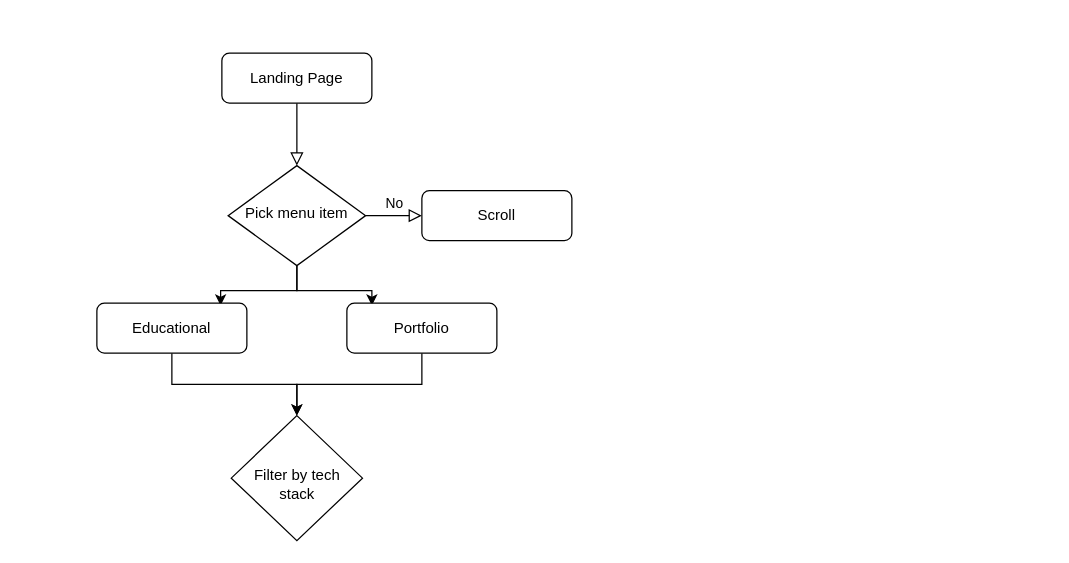
Before: my-website-userflow.drawio in Lauro235/Lauro235, a draw.io diagram. Source tidied: cells renumbered, new cells numbered last; positions are measured from the earlier drawing's top-left corner, leaving out a move shared by most shapes. Both pictures are drawn from the tidied source at 125%, with x=0, y=0 at pixel (96, 52).
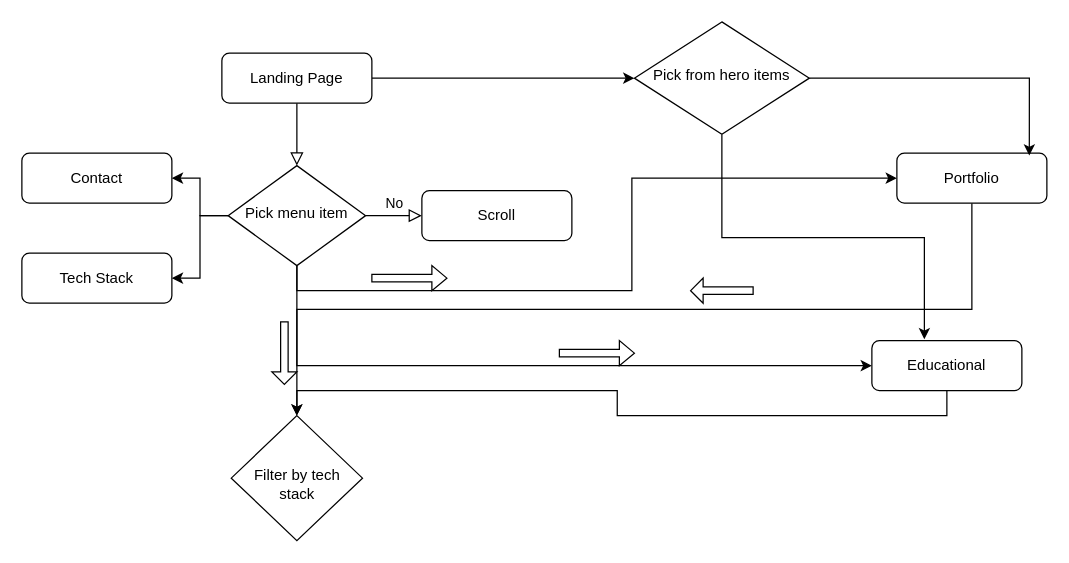
The same page after the edit.

The change refers to these unchanged cells:
```xml
<mxCell id="3" value="Landing Page" style="rounded=1;whiteSpace=wrap;html=1;fontSize=12;glass=0;strokeWidth=1;shadow=0;" parent="1" vertex="1">
  <mxGeometry x="100" width="120" height="40" as="geometry" />
</mxCell>
<mxCell id="7" value="Pick menu item" style="rhombus;whiteSpace=wrap;html=1;shadow=0;fontFamily=Helvetica;fontSize=12;align=center;strokeWidth=1;spacing=6;spacingTop=-4;" parent="1" vertex="1">
  <mxGeometry x="105" y="90" width="110" height="80" as="geometry" />
</mxCell>
```

The edit, as a diff of the source:
```diff
@@
+    <mxCell id="14" style="edgeStyle=orthogonalEdgeStyle;rounded=0;jettySize=auto;html=1;exitX=1;exitY=0.5;exitDx=0;exitDy=0;" parent="1" edge="1" source="3" target="19">
+      <mxGeometry relative="1" as="geometry" />
+    </mxCell>
@@
-    <mxCell id="5" style="edgeStyle=orthogonalEdgeStyle;rounded=0;jettySize=auto;html=1;exitX=0.5;exitY=1;exitDx=0;exitDy=0;entryX=0.167;entryY=0.05;entryDx=0;entryDy=0;entryPerimeter=0;" parent="1" edge="1" source="7" target="12">
-      <mxGeometry relative="1" as="geometry" />
+    <mxCell id="5" style="edgeStyle=orthogonalEdgeStyle;rounded=0;jettySize=auto;html=1;exitX=0.5;exitY=1;exitDx=0;exitDy=0;entryX=0;entryY=0.5;entryDx=0;entryDy=0;" parent="1" edge="1" source="7" target="12">
+      <mxGeometry relative="1" as="geometry">
+        <Array as="points">
+          <mxPoint x="160" y="190" />
+          <mxPoint x="428" y="190" />
+          <mxPoint x="428" y="100" />
+        </Array>
+      </mxGeometry>
     </mxCell>
-    <mxCell id="6" style="edgeStyle=orthogonalEdgeStyle;rounded=0;jettySize=auto;html=1;exitX=0.5;exitY=1;exitDx=0;exitDy=0;entryX=0.825;entryY=0.05;entryDx=0;entryDy=0;entryPerimeter=0;" parent="1" edge="1" source="7" target="10">
+    <mxCell id="6" style="edgeStyle=orthogonalEdgeStyle;rounded=0;jettySize=auto;html=1;exitX=0.5;exitY=1;exitDx=0;exitDy=0;entryX=0;entryY=0.5;entryDx=0;entryDy=0;" parent="1" edge="1" source="7" target="10">
       <mxGeometry relative="1" as="geometry" />
     </mxCell>
+    <mxCell id="15" style="edgeStyle=orthogonalEdgeStyle;rounded=0;jettySize=auto;html=1;exitX=0;exitY=0.5;exitDx=0;exitDy=0;entryX=1;entryY=0.5;entryDx=0;entryDy=0;" parent="1" edge="1" source="7" target="20">
+      <mxGeometry relative="1" as="geometry" />
+    </mxCell>
+    <mxCell id="16" style="edgeStyle=orthogonalEdgeStyle;rounded=0;jettySize=auto;html=1;exitX=0;exitY=0.5;exitDx=0;exitDy=0;entryX=1;entryY=0.5;entryDx=0;entryDy=0;" parent="1" edge="1" source="7" target="21">
+      <mxGeometry relative="1" as="geometry" />
+    </mxCell>
@@
     <mxCell id="10" value="Educational" style="rounded=1;whiteSpace=wrap;html=1;fontSize=12;glass=0;strokeWidth=1;shadow=0;" parent="1" vertex="1">
-      <mxGeometry y="200" width="120" height="40" as="geometry" />
+      <mxGeometry x="620" y="230" width="120" height="40" as="geometry" />
     </mxCell>
@@
     <mxCell id="12" value="Portfolio" style="rounded=1;whiteSpace=wrap;html=1;fontSize=12;glass=0;strokeWidth=1;shadow=0;" parent="1" vertex="1">
-      <mxGeometry x="200" y="200" width="120" height="40" as="geometry" />
+      <mxGeometry x="640" y="80" width="120" height="40" as="geometry" />
     </mxCell>
@@
+    <mxCell id="17" style="edgeStyle=orthogonalEdgeStyle;rounded=0;jettySize=auto;html=1;exitX=1;exitY=0.5;exitDx=0;exitDy=0;entryX=0.883;entryY=0.05;entryDx=0;entryDy=0;entryPerimeter=0;" parent="1" edge="1" source="19" target="12">
+      <mxGeometry relative="1" as="geometry" />
+    </mxCell>
+    <mxCell id="18" style="edgeStyle=orthogonalEdgeStyle;rounded=0;jettySize=auto;html=1;exitX=0.5;exitY=1;exitDx=0;exitDy=0;entryX=0.35;entryY=-0.025;entryDx=0;entryDy=0;entryPerimeter=0;" parent="1" edge="1" source="19" target="10">
+      <mxGeometry relative="1" as="geometry" />
+    </mxCell>
+    <mxCell id="19" value="Pick from hero items" style="rhombus;whiteSpace=wrap;html=1;shadow=0;fontFamily=Helvetica;fontSize=12;align=center;strokeWidth=1;spacing=6;spacingTop=-4;" parent="1" vertex="1">
+      <mxGeometry x="430" y="-25" width="140" height="90" as="geometry" />
+    </mxCell>
+    <mxCell id="20" value="Contact" style="rounded=1;whiteSpace=wrap;html=1;fontSize=12;glass=0;strokeWidth=1;shadow=0;" parent="1" vertex="1">
+      <mxGeometry x="-60" y="80" width="120" height="40" as="geometry" />
+    </mxCell>
+    <mxCell id="21" value="Tech Stack" style="rounded=1;whiteSpace=wrap;html=1;fontSize=12;glass=0;strokeWidth=1;shadow=0;" parent="1" vertex="1">
+      <mxGeometry x="-60" y="160" width="120" height="40" as="geometry" />
+    </mxCell>
+    <mxCell id="22" style="shape=singleArrow;whiteSpace=wrap;html=1;" parent="1" vertex="1">
+      <mxGeometry x="370" y="230" width="60" height="20" as="geometry" />
+    </mxCell>
+    <mxCell id="23" style="shape=singleArrow;direction=west;whiteSpace=wrap;html=1;" parent="1" vertex="1">
+      <mxGeometry x="475" y="180" width="50" height="20" as="geometry" />
+    </mxCell>
+    <mxCell id="24" style="shape=singleArrow;whiteSpace=wrap;html=1;" parent="1" vertex="1">
+      <mxGeometry x="220" y="170" width="60" height="20" as="geometry" />
+    </mxCell>
+    <mxCell id="25" style="shape=singleArrow;direction=south;whiteSpace=wrap;html=1;" parent="1" vertex="1">
+      <mxGeometry x="140" y="215" width="20" height="50" as="geometry" />
+    </mxCell>
```
